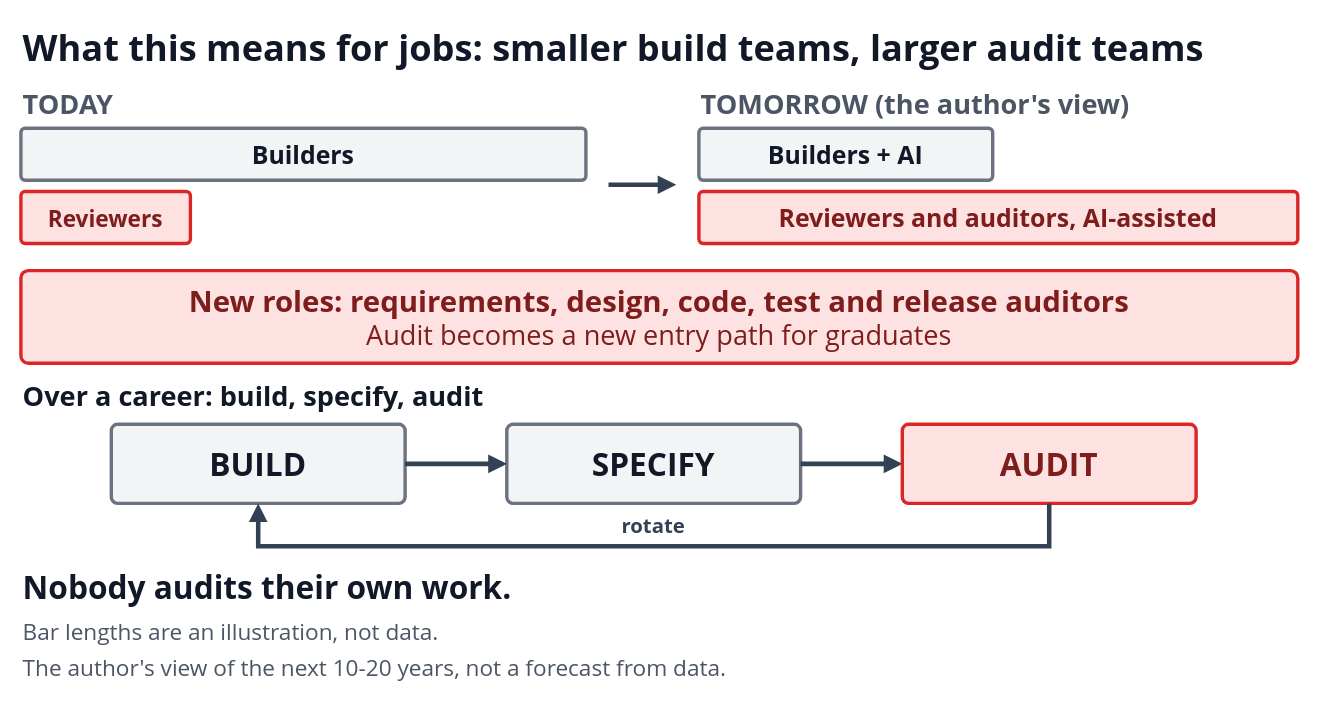
Above: diagrams/11-jobs.drawio in i-asimkhan/ledger-layer-pattern (draw.io), before the change. Source tidied: cells renumbered, new cells numbered last; positions are measured from the earlier drawing's top-left corner, leaving out a move shared by most shapes. Both pictures are drawn from the tidied source at 113%, with x=0, y=0 at pixel (20, 19).
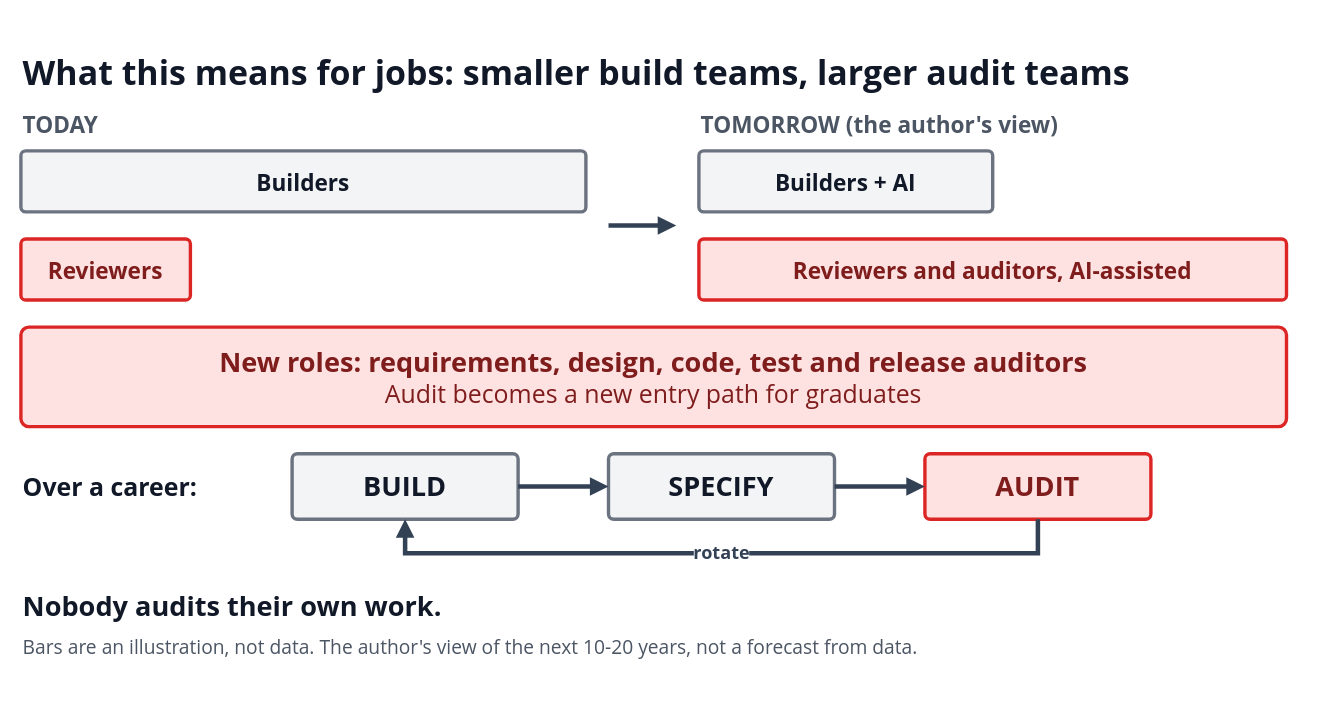
After the change.

Diff of the diagram source:
```diff
@@
-    <mxCell id="2" value="What this means for jobs: smaller build teams, larger audit teams" style="text;html=1;strokeColor=none;fillColor=none;whiteSpace=wrap;verticalAlign=middle;align=left;fontSize=32;fontColor=#111827;fontFamily=Segoe UI;fontStyle=1;" parent="1" vertex="1">
-      <mxGeometry width="1120" height="50" as="geometry" />
+    <mxCell id="2" value="What this means for jobs: smaller build teams, larger audit teams" style="text;html=1;strokeColor=none;fillColor=none;whiteSpace=wrap;verticalAlign=middle;align=left;fontSize=30;fontColor=#111827;fontFamily=Segoe UI;fontStyle=1;" parent="1" vertex="1">
+      <mxGeometry y="26" width="1120" height="39" as="geometry" />
     </mxCell>
-    <mxCell id="3" value="TODAY" style="text;html=1;strokeColor=none;fillColor=none;whiteSpace=wrap;verticalAlign=middle;align=left;fontSize=24;fontColor=#4B5563;fontFamily=Segoe UI;fontStyle=1;" parent="1" vertex="1">
-      <mxGeometry y="58" width="520" height="34" as="geometry" />
+    <mxCell id="3" value="TODAY" style="text;html=1;strokeColor=none;fillColor=none;whiteSpace=wrap;verticalAlign=middle;align=left;fontSize=20;fontColor=#4B5563;fontFamily=Segoe UI;fontStyle=1;" parent="1" vertex="1">
+      <mxGeometry y="78" width="520" height="30" as="geometry" />
     </mxCell>
-    <mxCell id="4" value="&lt;span style=&quot;font-size:22px&quot;&gt;&lt;b&gt;Builders&lt;/b&gt;&lt;/span&gt;" style="rounded=1;arcSize=8;whiteSpace=wrap;html=1;fillColor=#F3F4F6;strokeColor=#6B7280;fontColor=#111827;strokeWidth=3;align=center;verticalAlign=middle;fontSize=24;fontFamily=Segoe UI;" parent="1" vertex="1">
-      <mxGeometry y="96" width="500" height="46" as="geometry" />
+    <mxCell id="4" value="&lt;span style=&quot;font-size:20px&quot;&gt;&lt;b&gt;Builders&lt;/b&gt;&lt;/span&gt;" style="rounded=1;arcSize=8;whiteSpace=wrap;html=1;fillColor=#F3F4F6;strokeColor=#6B7280;fontColor=#111827;strokeWidth=3;align=center;verticalAlign=middle;fontSize=24;fontFamily=Segoe UI;spacing=14;" parent="1" vertex="1">
+      <mxGeometry y="116" width="500" height="54" as="geometry" />
     </mxCell>
-    <mxCell id="5" value="&lt;span style=&quot;font-size:20px&quot;&gt;&lt;b&gt;Reviewers&lt;/b&gt;&lt;/span&gt;" style="rounded=1;arcSize=8;whiteSpace=wrap;html=1;fillColor=#FEE2E2;strokeColor=#DC2626;fontColor=#7F1D1D;strokeWidth=3;align=center;verticalAlign=middle;fontSize=24;fontFamily=Segoe UI;" parent="1" vertex="1">
-      <mxGeometry y="152" width="150" height="46" as="geometry" />
+    <mxCell id="5" value="&lt;span style=&quot;font-size:20px&quot;&gt;&lt;b&gt;Reviewers&lt;/b&gt;&lt;/span&gt;" style="rounded=1;arcSize=8;whiteSpace=wrap;html=1;fillColor=#FEE2E2;strokeColor=#DC2626;fontColor=#7F1D1D;strokeWidth=3;align=center;verticalAlign=middle;fontSize=24;fontFamily=Segoe UI;spacing=14;" parent="1" vertex="1">
+      <mxGeometry y="194" width="150" height="54" as="geometry" />
     </mxCell>
     <mxCell id="6" style="endArrow=block;endFill=1;html=1;rounded=0;strokeColor=#334155;strokeWidth=4;" parent="1" edge="1">
       <mxGeometry relative="1" as="geometry">
-        <mxPoint x="520" y="146" as="sourcePoint" />
-        <mxPoint x="580" y="146" as="targetPoint" />
+        <mxPoint x="520" y="182" as="sourcePoint" />
+        <mxPoint x="580" y="182" as="targetPoint" />
       </mxGeometry>
     </mxCell>
-    <mxCell id="7" value="TOMORROW (the author&amp;#x27;s view)" style="text;html=1;strokeColor=none;fillColor=none;whiteSpace=wrap;verticalAlign=middle;align=left;fontSize=24;fontColor=#4B5563;fontFamily=Segoe UI;fontStyle=1;" parent="1" vertex="1">
-      <mxGeometry x="600" y="58" width="530" height="34" as="geometry" />
+    <mxCell id="7" value="TOMORROW (the author&amp;#x27;s view)" style="text;html=1;strokeColor=none;fillColor=none;whiteSpace=wrap;verticalAlign=middle;align=left;fontSize=20;fontColor=#4B5563;fontFamily=Segoe UI;fontStyle=1;" parent="1" vertex="1">
+      <mxGeometry x="600" y="78" width="520" height="30" as="geometry" />
     </mxCell>
-    <mxCell id="8" value="&lt;span style=&quot;font-size:22px&quot;&gt;&lt;b&gt;Builders + AI&lt;/b&gt;&lt;/span&gt;" style="rounded=1;arcSize=8;whiteSpace=wrap;html=1;fillColor=#F3F4F6;strokeColor=#6B7280;fontColor=#111827;strokeWidth=3;align=center;verticalAlign=middle;fontSize=24;fontFamily=Segoe UI;" parent="1" vertex="1">
-      <mxGeometry x="600" y="96" width="260" height="46" as="geometry" />
+    <mxCell id="8" value="&lt;span style=&quot;font-size:20px&quot;&gt;&lt;b&gt;Builders + AI&lt;/b&gt;&lt;/span&gt;" style="rounded=1;arcSize=8;whiteSpace=wrap;html=1;fillColor=#F3F4F6;strokeColor=#6B7280;fontColor=#111827;strokeWidth=3;align=center;verticalAlign=middle;fontSize=24;fontFamily=Segoe UI;spacing=14;" parent="1" vertex="1">
+      <mxGeometry x="600" y="116" width="260" height="54" as="geometry" />
     </mxCell>
-    <mxCell id="9" value="&lt;span style=&quot;font-size:22px&quot;&gt;&lt;b&gt;Reviewers and auditors, AI-assisted&lt;/b&gt;&lt;/span&gt;" style="rounded=1;arcSize=8;whiteSpace=wrap;html=1;fillColor=#FEE2E2;strokeColor=#DC2626;fontColor=#7F1D1D;strokeWidth=3;align=center;verticalAlign=middle;fontSize=24;fontFamily=Segoe UI;" parent="1" vertex="1">
-      <mxGeometry x="600" y="152" width="530" height="46" as="geometry" />
+    <mxCell id="9" value="&lt;span style=&quot;font-size:20px&quot;&gt;&lt;b&gt;Reviewers and auditors, AI-assisted&lt;/b&gt;&lt;/span&gt;" style="rounded=1;arcSize=8;whiteSpace=wrap;html=1;fillColor=#FEE2E2;strokeColor=#DC2626;fontColor=#7F1D1D;strokeWidth=3;align=center;verticalAlign=middle;fontSize=24;fontFamily=Segoe UI;spacing=14;" parent="1" vertex="1">
+      <mxGeometry x="600" y="194" width="520" height="54" as="geometry" />
     </mxCell>
-    <mxCell id="10" value="&lt;span style=&quot;font-size:26px&quot;&gt;&lt;b&gt;New roles: requirements, design, code, test and release auditors&lt;/b&gt;&lt;/span&gt;&lt;br&gt;&lt;span style=&quot;font-size:24px&quot;&gt;Audit becomes a new entry path for graduates&lt;/span&gt;" style="rounded=1;arcSize=8;whiteSpace=wrap;html=1;fillColor=#FEE2E2;strokeColor=#DC2626;fontColor=#7F1D1D;strokeWidth=3;align=center;verticalAlign=middle;fontSize=24;fontFamily=Segoe UI;" parent="1" vertex="1">
-      <mxGeometry y="222" width="1130" height="82" as="geometry" />
+    <mxCell id="10" value="&lt;span style=&quot;font-size:24px&quot;&gt;&lt;b&gt;New roles: requirements, design, code, test and release auditors&lt;/b&gt;&lt;/span&gt;&lt;br&gt;&lt;span style=&quot;font-size:22px&quot;&gt;Audit becomes a new entry path for graduates&lt;/span&gt;" style="rounded=1;arcSize=8;whiteSpace=wrap;html=1;fillColor=#FEE2E2;strokeColor=#DC2626;fontColor=#7F1D1D;strokeWidth=3;align=center;verticalAlign=middle;fontSize=22;fontFamily=Segoe UI;spacing=14;" parent="1" vertex="1">
+      <mxGeometry y="272" width="1120" height="88" as="geometry" />
     </mxCell>
-    <mxCell id="11" value="Over a career: build, specify, audit" style="text;html=1;strokeColor=none;fillColor=none;whiteSpace=wrap;verticalAlign=middle;align=left;fontSize=24;fontColor=#111827;fontFamily=Segoe UI;fontStyle=1;" parent="1" vertex="1">
-      <mxGeometry y="316" width="1120" height="34" as="geometry" />
+    <mxCell id="11" value="Over a career:" style="text;html=1;strokeColor=none;fillColor=none;whiteSpace=wrap;verticalAlign=middle;align=left;fontSize=22;fontColor=#111827;fontFamily=Segoe UI;fontStyle=1;" parent="1" vertex="1">
+      <mxGeometry y="384" width="200" height="58" as="geometry" />
     </mxCell>
-    <mxCell id="12" value="&lt;span style=&quot;font-size:28px&quot;&gt;&lt;b&gt;BUILD&lt;/b&gt;&lt;/span&gt;" style="rounded=1;arcSize=8;whiteSpace=wrap;html=1;fillColor=#F3F4F6;strokeColor=#6B7280;fontColor=#111827;strokeWidth=3;align=center;verticalAlign=middle;fontSize=24;fontFamily=Segoe UI;" parent="1" vertex="1">
-      <mxGeometry x="80" y="358" width="260" height="70" as="geometry" />
+    <mxCell id="12" value="&lt;span style=&quot;font-size:24px&quot;&gt;&lt;b&gt;BUILD&lt;/b&gt;&lt;/span&gt;" style="rounded=1;arcSize=8;whiteSpace=wrap;html=1;fillColor=#F3F4F6;strokeColor=#6B7280;fontColor=#111827;strokeWidth=3;align=center;verticalAlign=middle;fontSize=24;fontFamily=Segoe UI;spacing=14;" parent="1" vertex="1">
+      <mxGeometry x="240" y="384" width="200" height="58" as="geometry" />
     </mxCell>
-    <mxCell id="13" value="&lt;span style=&quot;font-size:28px&quot;&gt;&lt;b&gt;SPECIFY&lt;/b&gt;&lt;/span&gt;" style="rounded=1;arcSize=8;whiteSpace=wrap;html=1;fillColor=#F3F4F6;strokeColor=#6B7280;fontColor=#111827;strokeWidth=3;align=center;verticalAlign=middle;fontSize=24;fontFamily=Segoe UI;" parent="1" vertex="1">
-      <mxGeometry x="430" y="358" width="260" height="70" as="geometry" />
+    <mxCell id="13" value="&lt;span style=&quot;font-size:24px&quot;&gt;&lt;b&gt;SPECIFY&lt;/b&gt;&lt;/span&gt;" style="rounded=1;arcSize=8;whiteSpace=wrap;html=1;fillColor=#F3F4F6;strokeColor=#6B7280;fontColor=#111827;strokeWidth=3;align=center;verticalAlign=middle;fontSize=24;fontFamily=Segoe UI;spacing=14;" parent="1" vertex="1">
+      <mxGeometry x="520" y="384" width="200" height="58" as="geometry" />
     </mxCell>
-    <mxCell id="14" value="&lt;span style=&quot;font-size:28px&quot;&gt;&lt;b&gt;AUDIT&lt;/b&gt;&lt;/span&gt;" style="rounded=1;arcSize=8;whiteSpace=wrap;html=1;fillColor=#FEE2E2;strokeColor=#DC2626;fontColor=#7F1D1D;strokeWidth=3;align=center;verticalAlign=middle;fontSize=24;fontFamily=Segoe UI;" parent="1" vertex="1">
-      <mxGeometry x="780" y="358" width="260" height="70" as="geometry" />
+    <mxCell id="14" value="&lt;span style=&quot;font-size:24px&quot;&gt;&lt;b&gt;AUDIT&lt;/b&gt;&lt;/span&gt;" style="rounded=1;arcSize=8;whiteSpace=wrap;html=1;fillColor=#FEE2E2;strokeColor=#DC2626;fontColor=#7F1D1D;strokeWidth=3;align=center;verticalAlign=middle;fontSize=24;fontFamily=Segoe UI;spacing=14;" parent="1" vertex="1">
+      <mxGeometry x="800" y="384" width="200" height="58" as="geometry" />
     </mxCell>
     <mxCell id="15" style="endArrow=block;endFill=1;html=1;rounded=0;strokeColor=#334155;strokeWidth=4;" parent="1" edge="1">
       <mxGeometry relative="1" as="geometry">
-        <mxPoint x="340" y="393" as="sourcePoint" />
-        <mxPoint x="430" y="393" as="targetPoint" />
+        <mxPoint x="440" y="413" as="sourcePoint" />
+        <mxPoint x="520" y="413" as="targetPoint" />
       </mxGeometry>
     </mxCell>
     <mxCell id="16" style="endArrow=block;endFill=1;html=1;rounded=0;strokeColor=#334155;strokeWidth=4;" parent="1" edge="1">
       <mxGeometry relative="1" as="geometry">
-        <mxPoint x="690" y="393" as="sourcePoint" />
-        <mxPoint x="780" y="393" as="targetPoint" />
+        <mxPoint x="720" y="413" as="sourcePoint" />
+        <mxPoint x="800" y="413" as="targetPoint" />
       </mxGeometry>
     </mxCell>
     <mxCell id="17" style="endArrow=block;endFill=1;html=1;rounded=0;strokeColor=#334155;strokeWidth=4;" parent="1" edge="1">
       <mxGeometry relative="1" as="geometry">
-        <mxPoint x="910" y="428" as="sourcePoint" />
-        <mxPoint x="210" y="428" as="targetPoint" />
+        <mxPoint x="900" y="442" as="sourcePoint" />
+        <mxPoint x="340" y="442" as="targetPoint" />
         <Array as="points">
-          <mxPoint x="910" y="466" />
-          <mxPoint x="210" y="466" />
+          <mxPoint x="900" y="472" />
+          <mxPoint x="340" y="472" />
         </Array>
       </mxGeometry>
     </mxCell>
-    <mxCell id="18" value="rotate" style="text;html=1;strokeColor=none;fillColor=none;whiteSpace=wrap;verticalAlign=middle;align=center;fontSize=18;fontColor=#334155;fontFamily=Segoe UI;fontStyle=1;" parent="1" vertex="1">
-      <mxGeometry x="524" y="434" width="72" height="28" as="geometry" />
+    <mxCell id="18" value="rotate" style="text;html=1;strokeColor=none;fillColor=none;whiteSpace=wrap;verticalAlign=middle;labelBackgroundColor=#FFFFFF;align=center;fontSize=16;fontColor=#334155;fontFamily=Segoe UI;fontStyle=1;" parent="1" vertex="1">
+      <mxGeometry x="589.5" y="459" width="61" height="26" as="geometry" />
     </mxCell>
-    <mxCell id="19" value="Nobody audits their own work." style="text;html=1;strokeColor=none;fillColor=none;whiteSpace=wrap;verticalAlign=middle;align=left;fontSize=28;fontColor=#111827;fontFamily=Segoe UI;fontStyle=1;" parent="1" vertex="1">
-      <mxGeometry y="482" width="1120" height="40" as="geometry" />
+    <mxCell id="19" value="Nobody audits their own work." style="text;html=1;strokeColor=none;fillColor=none;whiteSpace=wrap;verticalAlign=middle;align=left;fontSize=24;fontColor=#111827;fontFamily=Segoe UI;fontStyle=1;" parent="1" vertex="1">
+      <mxGeometry y="502" width="1120" height="34" as="geometry" />
     </mxCell>
-    <mxCell id="20" value="Bar lengths are an illustration, not data." style="text;html=1;strokeColor=none;fillColor=none;whiteSpace=wrap;verticalAlign=middle;align=left;fontSize=20;fontColor=#4B5563;fontFamily=Segoe UI;fontStyle=0;" parent="1" vertex="1">
-      <mxGeometry y="526" width="1120" height="30" as="geometry" />
+    <mxCell id="20" value="Bars are an illustration, not data. The author&amp;#x27;s view of the next 10-20 years, not a forecast from data." style="text;html=1;strokeColor=none;fillColor=none;whiteSpace=wrap;verticalAlign=middle;align=left;fontSize=17;fontColor=#4B5563;fontFamily=Segoe UI;fontStyle=0;" parent="1" vertex="1">
+      <mxGeometry y="542" width="1120" height="28" as="geometry" />
     </mxCell>
-    <mxCell id="21" value="The author&amp;#x27;s view of the next 10-20 years, not a forecast from data." style="text;html=1;strokeColor=none;fillColor=none;whiteSpace=wrap;verticalAlign=middle;align=left;fontSize=20;fontColor=#4B5563;fontFamily=Segoe UI;fontStyle=0;" parent="1" vertex="1">
-      <mxGeometry y="558" width="1120" height="30" as="geometry" />
-    </mxCell>
```
